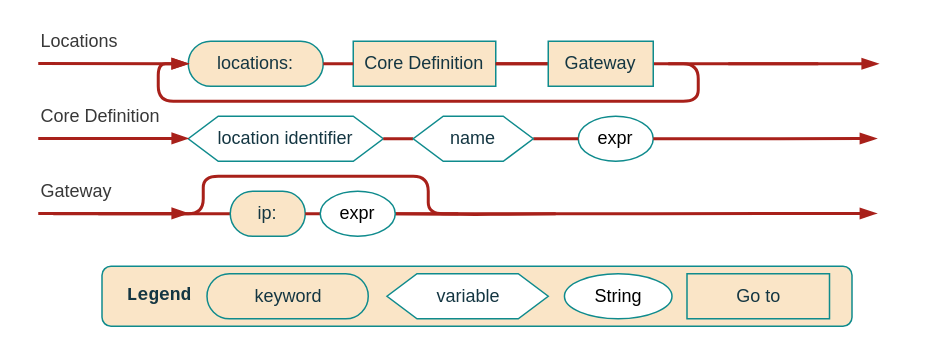
Before: 3. Proyecto/metamodel/Railroad Locations Alt.drawio in MrDahaniel/StarDuck, a draw.io diagram. Source tidied: cells renumbered, new cells numbered last; positions are measured from the earlier drawing's top-left corner, leaving out a move shared by most shapes. Both pictures are drawn from the tidied source at 150%, with x=0, y=0 at pixel (38, 26).
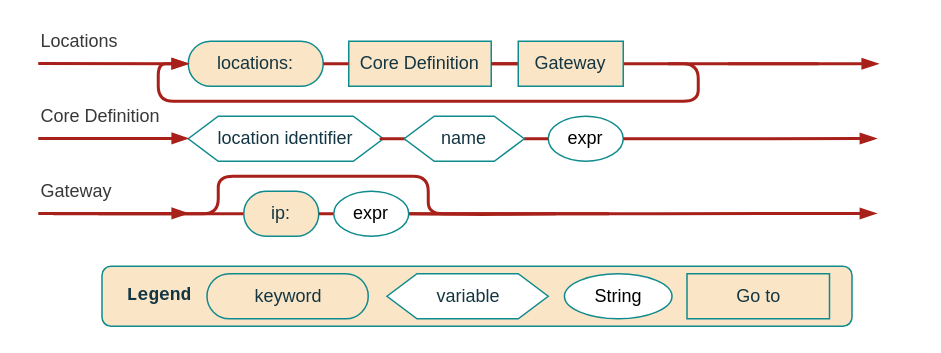
The same page after the edit.

The edit, as a diff of the source:
```diff
@@
     <mxCell id="10" value="&lt;p&gt;ip:&lt;/p&gt;" style="rounded=1;whiteSpace=wrap;html=1;arcSize=50;fontStyle=0;fillColor=#FAE5C7;strokeColor=#0F8B8D;labelBackgroundColor=none;fontColor=#143642;" parent="1" vertex="1">
-      <mxGeometry x="128" y="110" width="50" height="30" as="geometry" />
+      <mxGeometry x="137" y="110" width="50" height="30" as="geometry" />
     </mxCell>
@@
     <mxCell id="15" value="expr" style="ellipse;whiteSpace=wrap;html=1;rounded=1;labelBackgroundColor=none;strokeColor=#0F8B8D;fontFamily=Helvetica;fontSize=12;fontColor=default;fillColor=default;" parent="1" vertex="1">
-      <mxGeometry x="360" y="60" width="50" height="30" as="geometry" />
+      <mxGeometry x="340" y="60" width="50" height="30" as="geometry" />
     </mxCell>
@@
     <mxCell id="24" value="Core Definition" style="rounded=1;whiteSpace=wrap;html=1;strokeColor=#0F8B8D;fontFamily=Helvetica;fontSize=12;fontColor=#143642;fillColor=#FAE5C7;arcSize=0;fontStyle=0;shadow=0;labelBackgroundColor=none;" parent="1" vertex="1">
-      <mxGeometry x="210" y="10" width="95" height="30" as="geometry" />
+      <mxGeometry x="207" y="10" width="95" height="30" as="geometry" />
     </mxCell>
@@
     <mxCell id="29" value="name" style="shape=hexagon;perimeter=hexagonPerimeter2;whiteSpace=wrap;html=1;fixedSize=1;strokeColor=#0F8B8D;fontColor=#143642;fillColor=default;" parent="1" vertex="1">
-      <mxGeometry x="250" y="60" width="80" height="30" as="geometry" />
+      <mxGeometry x="244" y="60" width="80" height="30" as="geometry" />
     </mxCell>
@@
     <mxCell id="33" value="Gateway" style="rounded=1;whiteSpace=wrap;html=1;strokeColor=#0F8B8D;fontFamily=Helvetica;fontSize=12;fontColor=#143642;fillColor=#FAE5C7;arcSize=0;fontStyle=0;shadow=0;labelBackgroundColor=none;" parent="1" vertex="1">
-      <mxGeometry x="340" y="10" width="70" height="30" as="geometry" />
+      <mxGeometry x="320" y="10" width="70" height="30" as="geometry" />
     </mxCell>
@@
     <mxCell id="35" value="expr" style="ellipse;whiteSpace=wrap;html=1;rounded=1;labelBackgroundColor=none;strokeColor=#0F8B8D;fontFamily=Helvetica;fontSize=12;fontColor=default;fillColor=default;" parent="1" vertex="1">
-      <mxGeometry x="188" y="110" width="50" height="30" as="geometry" />
+      <mxGeometry x="197" y="110" width="50" height="30" as="geometry" />
     </mxCell>
-    <mxCell id="36" style="edgeStyle=orthogonalEdgeStyle;shape=connector;rounded=1;orthogonalLoop=1;jettySize=auto;html=1;exitX=1;exitY=0.5;exitDx=0;exitDy=0;entryX=0;entryY=0.5;entryDx=0;entryDy=0;labelBackgroundColor=none;strokeColor=#A8201A;strokeWidth=2;fontFamily=Helvetica;fontSize=12;fontColor=default;endArrow=none;endFill=0;" parent="1" edge="1">
+    <mxCell id="36" style="edgeStyle=orthogonalEdgeStyle;shape=connector;rounded=1;orthogonalLoop=1;jettySize=auto;html=1;exitX=1;exitY=0.5;exitDx=0;exitDy=0;labelBackgroundColor=none;strokeColor=#A8201A;strokeWidth=2;fontFamily=Helvetica;fontSize=12;fontColor=default;endArrow=none;endFill=0;" parent="1" edge="1">
       <mxGeometry relative="1" as="geometry">
         <mxPoint x="40" y="125" as="sourcePoint" />
-        <mxPoint x="280" y="125" as="targetPoint" />
+        <mxPoint x="380.5" y="125" as="targetPoint" />
         <Array as="points">
-          <mxPoint x="110" y="125" />
-          <mxPoint x="110" y="100" />
+          <mxPoint x="120" y="125" />
+          <mxPoint x="120" y="100" />
           <mxPoint x="260" y="100" />
           <mxPoint x="260" y="125" />
         </Array>
       </mxGeometry>
     </mxCell>
```
